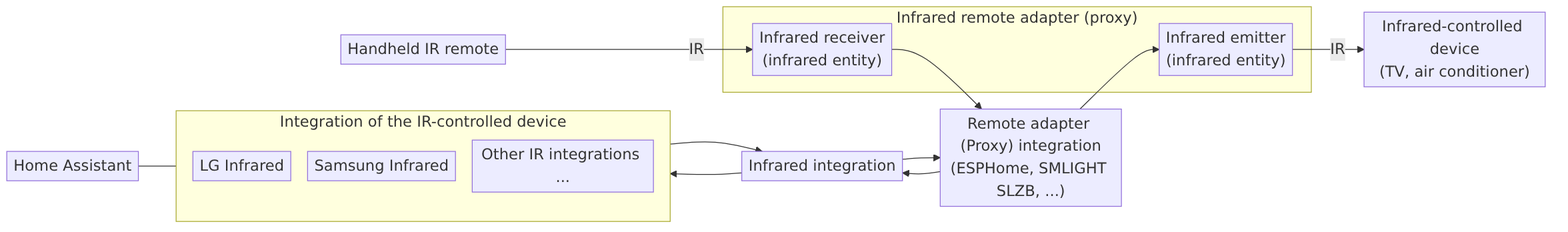
Before: source/images/integrations/infrared/infrared-overview.png, a diagram exported from Mermaid (home-assistant/home-assistant.io). Its source is kept beside it as source/images/integrations/infrared/infrared-overview.mmd.
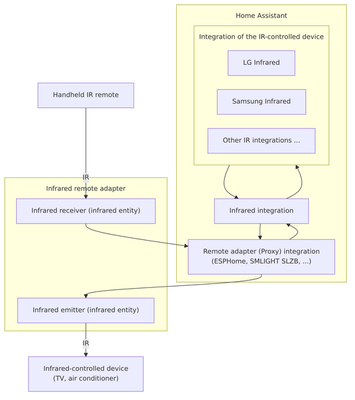
Later version of the same file.

Commit message:
Infrared: rix chart

Diff of the diagram source:
```diff
@@ -1,25 +1,25 @@
-flowchart LR
+flowchart TB
     REMOTE["Handheld IR remote"]
-    HA["Home Assistant"]
 
-    subgraph DEV["Integration of the IR-controlled device"]
-        LG["LG Infrared"]
-        SAM["Samsung Infrared"]
-        OTHER["Other IR integrations ..."]
+    subgraph HA["Home Assistant"]
+        subgraph DEV["Integration of the IR-controlled device"]
+            LG["LG Infrared"]
+            SAM["Samsung Infrared"]
+            OTHER["Other IR integrations ..."]
+        end
+
+        IRINT["Infrared integration"]
+
+        PROXYINT["Remote adapter (Proxy) integration<br/>(ESPHome, SMLIGHT SLZB, ...)"]
     end
 
-    IRINT["Infrared integration"]
-
-    PROXYINT["Remote adapter (Proxy) integration<br/>(ESPHome, SMLIGHT SLZB, ...)"]
-
-    subgraph ADAPTER["Infrared remote adapter (proxy)"]
-        EM["Infrared emitter<br/>(infrared entity)"]
-        RC["Infrared receiver<br/>(infrared entity)"]
+    subgraph ADAPTER["Infrared remote adapter"]
+        EM["Infrared emitter (infrared entity)"]
+        RC["Infrared receiver (infrared entity)"]
     end
 
     TV["Infrared-controlled device<br/>(TV, air conditioner)"]
 
-    HA --- DEV
     DEV --> IRINT
     IRINT --> PROXYINT
     PROXYINT --> EM
```
